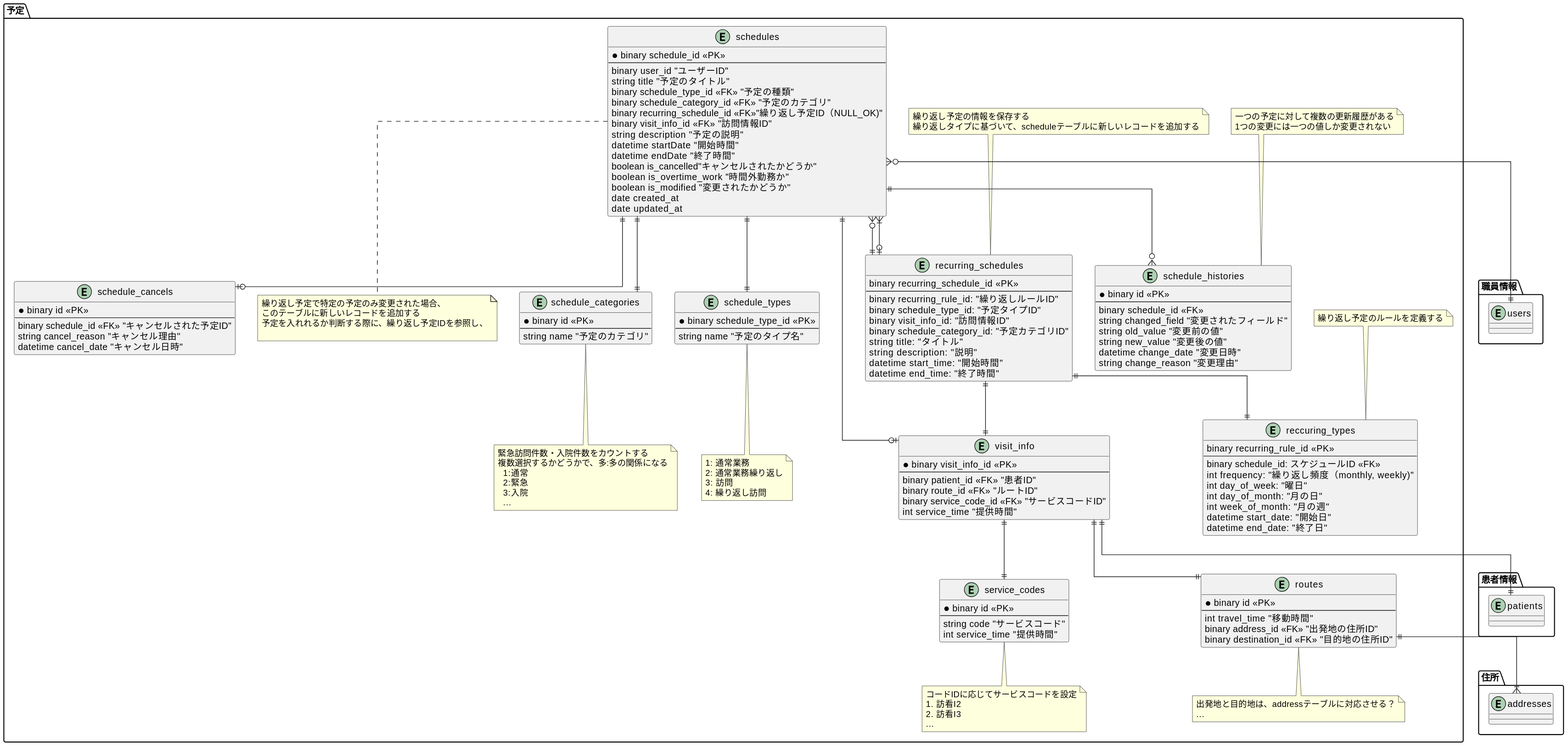
This is diagrams-svg/ER/tables/schedules.svg from Fukuemon/buddy_design_docs, a PlantUML export, as it was before one commit. The source it was exported from:
```plantuml
@startuml
skinparam linetype ortho

package 予定 {
  entity schedules {
    * binary schedule_id <<PK>>
    --
    binary user_id "ユーザーID"
    string title "予定のタイトル"
    binary schedule_type_id <<FK>> "予定の種類"
    binary schedule_category_id <<FK>> "予定のカテゴリ"
    binary recurring_schedule_id <<FK>>"繰り返し予定ID（NULL_OK)"
    binary visit_info_id <<FK>> "訪問情報ID"
    string description "予定の説明"
    datetime startDate "開始時間"
    datetime endDate "終了時間"
    boolean is_cancelled"キャンセルされたかどうか"
    boolean is_overtime_work "時間外勤務か"
    boolean is_modified "変更されたかどうか"
    date created_at
    date updated_at
  }

  note bottom of schedules
    繰り返し予定で特定の予定のみ変更された場合、
    このテーブルに新しいレコードを追加する
    予定を入れれるか判断する際に、繰り返し予定IDを参照し、

  end note


  entity schedule_types {
    * binary schedule_type_id <<PK>>
    --
    string name "予定のタイプ名"
  }

  note bottom of schedule_types
    1: 通常業務
    2: 通常業務繰り返し
    3: 訪問
    4: 繰り返し訪問
  end note

  entity schedule_categories {
    * binary id <<PK>>
    --
    string name "予定のカテゴリ"
  }

  note bottom of schedule_categories
  緊急訪問件数・入院件数をカウントする
  複数選択するかどうかで、多:多の関係になる
    1:通常
    2:緊急
    3:入院
    ...
  end note

  entity schedule_cancels {
    * binary id <<PK>>
    --
    binary schedule_id <<FK>> "キャンセルされた予定ID"
    string cancel_reason "キャンセル理由"
    datetime cancel_date "キャンセル日時"
  }

  entity schedule_histories {
    * binary id <<PK>>
    --
    binary schedule_id <<FK>>
    string changed_field "変更されたフィールド"
    string old_value "変更前の値"
    string new_value "変更後の値"
    datetime change_date "変更日時"
    string change_reason "変更理由"
  }
  note top of schedule_histories
    一つの予定に対して複数の更新履歴がある
    1つの変更には一つの値しか変更されない
  end note

  entity visit_info {
    * binary visit_info_id <<PK>>
    --
    binary patient_id <<FK>> "患者ID"
    binary route_id <<FK>> "ルートID"
    binary service_code_id <<FK>> "サービスコードID"
    int service_time "提供時間"
  }

  entity service_codes {
    * binary id <<PK>>
    --
    string code "サービスコード"
    int service_time "提供時間"
  }
  note bottom of service_codes
    コードIDに応じてサービスコードを設定
    1. 訪看I2
    2. 訪看I3
    ...
  end note


  entity routes {
    * binary id <<PK>>
    --
    int travel_time "移動時間"
    binary address_id <<FK>> "出発地の住所ID"
    binary destination_id <<FK>> "目的地の住所ID"
  }

  note bottom of routes
    出発地と目的地は、addressテーブルに対応させる？
    ...
  end note

  entity reccuring_types {
    binary recurring_rule_id <<PK>>
    --
    binary schedule_id: スケジュールID <<FK>>
    int frequency: "繰り返し頻度（monthly, weekly)"
    int day_of_week: "曜日"
    int day_of_month: "月の日"
    int week_of_month: "月の週"
    datetime start_date: "開始日"
    datetime end_date: "終了日"
  }
  note top of reccuring_types
  繰り返し予定のルールを定義する
  end note

  entity recurring_schedules {
    binary recurring_schedule_id <<PK>>
    --
    binary recurring_rule_id: "繰り返しルールID"
    binary schedule_type_id: "予定タイプID"
    binary visit_info_id: "訪問情報ID"
    binary schedule_category_id: "予定カテゴリID"
    string title: "タイトル"
    string description: "説明"
    datetime start_time: "開始時間"
    datetime end_time: "終了時間"
  }
  note top of recurring_schedules
    繰り返し予定の情報を保存する
    繰り返しタイプに基づいて、scheduleテーブルに新しいレコードを追加する
  end note
}

package 住所 {
  entity addresses
}

package 職員情報 {
  entity users {
  }
}

package 患者情報 {
  entity patients {
  }
}

schedules }o--|| users
schedules ||--o{ schedule_histories
schedules ||--o| schedule_cancels
schedules ||--|| schedule_types
schedules ||--|| schedule_categories
schedules }|--o| recurring_schedules
schedules ||--o| visit_info
recurring_schedules ||--o{ schedules
recurring_schedules ||--|| reccuring_types
recurring_schedules ||--|| visit_info
visit_info ||--|| service_codes
visit_info ||--|| patients
visit_info ||--|| routes
routes ||--|{ addresses
@enduml
```
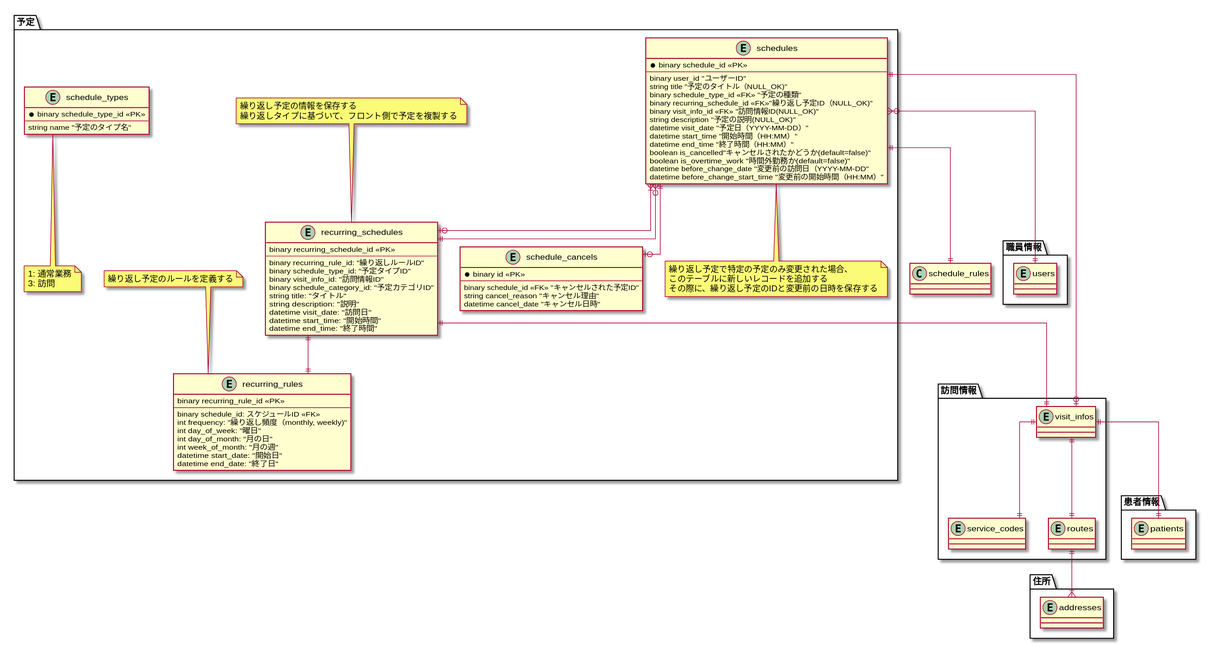
The same file after the commit.

Diff of the diagram source:
```diff
@@ -1,4 +1,4 @@
-@startuml
+@startuml entity-relationship-diagram
 skinparam linetype ortho
 
 package 予定 {
@@ -6,28 +6,25 @@
     * binary schedule_id <<PK>>
     --
     binary user_id "ユーザーID"
-    string title "予定のタイトル"
+    string title "予定のタイトル（NULL_OK)"
     binary schedule_type_id <<FK>> "予定の種類"
-    binary schedule_category_id <<FK>> "予定のカテゴリ"
     binary recurring_schedule_id <<FK>>"繰り返し予定ID（NULL_OK)"
-    binary visit_info_id <<FK>> "訪問情報ID"
-    string description "予定の説明"
-    datetime startDate "開始時間"
-    datetime endDate "終了時間"
-    boolean is_cancelled"キャンセルされたかどうか"
-    boolean is_overtime_work "時間外勤務か"
-    boolean is_modified "変更されたかどうか"
-    date created_at
-    date updated_at
+    binary visit_info_id <<FK>> "訪問情報ID(NULL_OK)"
+    string description "予定の説明(NULL_OK)"
+    datetime visit_date "予定日（YYYY-MM-DD）"
+    datetime start_time "開始時間（HH:MM）"
+    datetime end_time "終了時間（HH:MM）"
+    boolean is_cancelled"キャンセルされたかどうか(default=false)"
+    boolean is_overtime_work "時間外勤務か(default=false)"
+    datetime before_change_date "変更前の訪問日（YYYY-MM-DD"
+    datetime before_change_start_time "変更前の開始時間（HH:MM）"
   }
 
   note bottom of schedules
     繰り返し予定で特定の予定のみ変更された場合、
     このテーブルに新しいレコードを追加する
-    予定を入れれるか判断する際に、繰り返し予定IDを参照し、
-
+    その際に、繰り返し予定のIDと変更前の日時を保存する
   end note
-
 
   entity schedule_types {
     * binary schedule_type_id <<PK>>
@@ -37,24 +34,7 @@
 
   note bottom of schedule_types
     1: 通常業務
-    2: 通常業務繰り返し
     3: 訪問
-    4: 繰り返し訪問
-  end note
-
-  entity schedule_categories {
-    * binary id <<PK>>
-    --
-    string name "予定のカテゴリ"
-  }
-
-  note bottom of schedule_categories
-  緊急訪問件数・入院件数をカウントする
-  複数選択するかどうかで、多:多の関係になる
-    1:通常
-    2:緊急
-    3:入院
-    ...
   end note
 
   entity schedule_cancels {
@@ -65,58 +45,7 @@
     datetime cancel_date "キャンセル日時"
   }
 
-  entity schedule_histories {
-    * binary id <<PK>>
-    --
-    binary schedule_id <<FK>>
-    string changed_field "変更されたフィールド"
-    string old_value "変更前の値"
-    string new_value "変更後の値"
-    datetime change_date "変更日時"
-    string change_reason "変更理由"
-  }
-  note top of schedule_histories
-    一つの予定に対して複数の更新履歴がある
-    1つの変更には一つの値しか変更されない
-  end note
-
-  entity visit_info {
-    * binary visit_info_id <<PK>>
-    --
-    binary patient_id <<FK>> "患者ID"
-    binary route_id <<FK>> "ルートID"
-    binary service_code_id <<FK>> "サービスコードID"
-    int service_time "提供時間"
-  }
-
-  entity service_codes {
-    * binary id <<PK>>
-    --
-    string code "サービスコード"
-    int service_time "提供時間"
-  }
-  note bottom of service_codes
-    コードIDに応じてサービスコードを設定
-    1. 訪看I2
-    2. 訪看I3
-    ...
-  end note
-
-
-  entity routes {
-    * binary id <<PK>>
-    --
-    int travel_time "移動時間"
-    binary address_id <<FK>> "出発地の住所ID"
-    binary destination_id <<FK>> "目的地の住所ID"
-  }
-
-  note bottom of routes
-    出発地と目的地は、addressテーブルに対応させる？
-    ...
-  end note
-
-  entity reccuring_types {
+  entity recurring_rules {
     binary recurring_rule_id <<PK>>
     --
     binary schedule_id: スケジュールID <<FK>>
@@ -127,7 +56,7 @@
     datetime start_date: "開始日"
     datetime end_date: "終了日"
   }
-  note top of reccuring_types
+  note top of recurring_rules
   繰り返し予定のルールを定義する
   end note
 
@@ -140,12 +69,13 @@
     binary schedule_category_id: "予定カテゴリID"
     string title: "タイトル"
     string description: "説明"
+    datetime visit_date: "訪問日"
     datetime start_time: "開始時間"
     datetime end_time: "終了時間"
   }
   note top of recurring_schedules
     繰り返し予定の情報を保存する
-    繰り返しタイプに基づいて、scheduleテーブルに新しいレコードを追加する
+    繰り返しタイプに基づいて、フロント側で予定を複製する
   end note
 }
 
@@ -163,18 +93,26 @@
   }
 }
 
+package 訪問情報 {
+  entity visit_infos {
+  }
+  entity service_codes {
+  }
+  entity routes {
+  }
+}
+
 schedules }o--|| users
-schedules ||--o{ schedule_histories
 schedules ||--o| schedule_cancels
-schedules ||--|| schedule_types
-schedules ||--|| schedule_categories
+schedules ||--|| schedule_rules
 schedules }|--o| recurring_schedules
-schedules ||--o| visit_info
+schedules ||--o| visit_infos
 recurring_schedules ||--o{ schedules
-recurring_schedules ||--|| reccuring_types
-recurring_schedules ||--|| visit_info
-visit_info ||--|| service_codes
-visit_info ||--|| patients
-visit_info ||--|| routes
+recurring_schedules ||--|| recurring_rules
+recurring_schedules ||--|| visit_infos
+visit_infos ||--|| service_codes
+visit_infos ||--|| patients
+visit_infos ||--|| routes
 routes ||--|{ addresses
+
 @enduml
```
